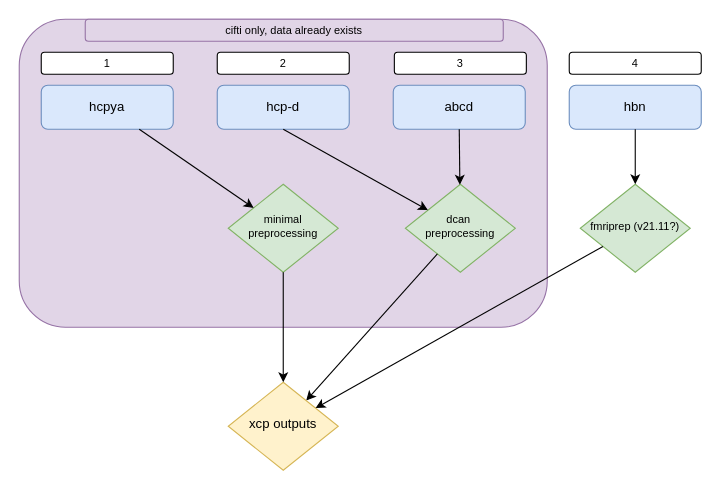
Before: Untitled Diagram.drawio in PennLINC/TheWay, a draw.io diagram. Source tidied: cells renumbered, new cells numbered last; positions are measured from the earlier drawing's top-left corner, leaving out a move shared by most shapes. Both pictures are drawn from the tidied source at 110%, with x=0, y=0 at pixel (19, 19).
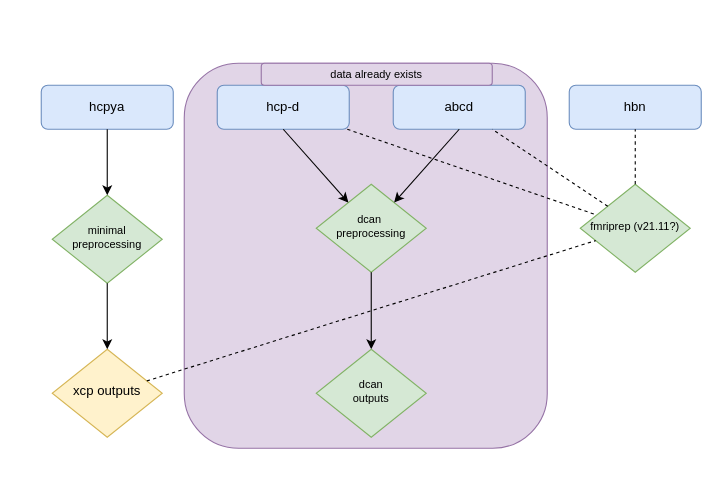
The same diagram, later.

Unchanged cells that the change refers to:
```xml
<mxCell id="6" value="hcp-d" style="rounded=1;whiteSpace=wrap;html=1;fontSize=12;glass=0;strokeWidth=1;shadow=0;fillColor=#dae8fc;strokeColor=#6c8ebf;" parent="1" vertex="1">
  <mxGeometry x="180" y="60" width="120" height="40" as="geometry" />
</mxCell>
<mxCell id="7" value="abcd" style="rounded=1;whiteSpace=wrap;html=1;fontSize=12;glass=0;strokeWidth=1;shadow=0;fillColor=#dae8fc;strokeColor=#6c8ebf;" parent="1" vertex="1">
  <mxGeometry x="340" y="60" width="120" height="40" as="geometry" />
</mxCell>
<mxCell id="8" value="hbn" style="rounded=1;whiteSpace=wrap;html=1;fontSize=12;glass=0;strokeWidth=1;shadow=0;fillColor=#dae8fc;strokeColor=#6c8ebf;" parent="1" vertex="1">
  <mxGeometry x="500" y="60" width="120" height="40" as="geometry" />
</mxCell>
<mxCell id="15" value="fmriprep (v21.11?)" style="rhombus;whiteSpace=wrap;html=1;shadow=0;fontFamily=Helvetica;fontSize=10;align=center;strokeWidth=1;spacing=6;spacingTop=-4;fillColor=#d5e8d4;strokeColor=#82b366;" parent="1" vertex="1">
  <mxGeometry x="510" y="150" width="100" height="80" as="geometry" />
</mxCell>
```

Change to the diagram source:
```diff
@@
     <mxCell id="2" style="rounded=1;whiteSpace=wrap;html=1;fontSize=10;fillColor=#e1d5e7;strokeColor=#9673a6;" parent="1" vertex="1">
-      <mxGeometry width="480" height="280" as="geometry" />
+      <mxGeometry x="150" y="40" width="330" height="350" as="geometry" />
     </mxCell>
@@
     <mxCell id="4" value="minimal preprocessing" style="rhombus;whiteSpace=wrap;html=1;shadow=0;fontFamily=Helvetica;fontSize=10;align=center;strokeWidth=1;spacing=6;spacingTop=-4;fillColor=#d5e8d4;strokeColor=#82b366;" parent="1" vertex="1">
-      <mxGeometry x="190" y="150" width="100" height="80" as="geometry" />
+      <mxGeometry x="30" y="160" width="100" height="80" as="geometry" />
     </mxCell>
     <mxCell id="5" value="dcan&amp;nbsp;&lt;br style=&quot;font-size: 10px;&quot;&gt;preprocessing&lt;br style=&quot;font-size: 10px;&quot;&gt;" style="rhombus;whiteSpace=wrap;html=1;shadow=0;fontFamily=Helvetica;fontSize=10;align=center;strokeWidth=1;spacing=6;spacingTop=-4;fillColor=#d5e8d4;strokeColor=#82b366;" parent="1" vertex="1">
-      <mxGeometry x="351" y="150" width="100" height="80" as="geometry" />
+      <mxGeometry x="270" y="150" width="100" height="80" as="geometry" />
     </mxCell>
@@
-    <mxCell id="12" style="endArrow=classic;html=1;rounded=0;" parent="1" edge="1" source="5" target="13">
+    <mxCell id="12" style="endArrow=classic;html=1;rounded=0;" parent="1" edge="1" source="5" target="23">
       <mxGeometry relative="1" as="geometry" />
     </mxCell>
     <mxCell id="13" value="xcp outputs" style="rhombus;whiteSpace=wrap;html=1;shadow=0;fontFamily=Helvetica;fontSize=12;align=center;strokeWidth=1;spacing=6;spacingTop=-4;fillColor=#fff2cc;strokeColor=#d6b656;" parent="1" vertex="1">
-      <mxGeometry x="190" y="330" width="100" height="80" as="geometry" />
+      <mxGeometry x="30" y="300" width="100" height="80" as="geometry" />
     </mxCell>
@@
-    <mxCell id="16" style="endArrow=classic;html=1;rounded=0;fontSize=10;" parent="1" edge="1" source="8" target="15">
-      <mxGeometry relative="1" as="geometry" />
-    </mxCell>
-    <mxCell id="17" style="endArrow=classic;html=1;rounded=0;fontSize=10;" parent="1" edge="1" source="15" target="13">
-      <mxGeometry relative="1" as="geometry" />
-    </mxCell>
-    <mxCell id="18" value="1" style="rounded=1;whiteSpace=wrap;html=1;fontSize=10;" parent="1" vertex="1">
-      <mxGeometry x="20" y="30" width="120" height="20" as="geometry" />
-    </mxCell>
-    <mxCell id="19" value="2" style="rounded=1;whiteSpace=wrap;html=1;fontSize=10;" parent="1" vertex="1">
-      <mxGeometry x="180" y="30" width="120" height="20" as="geometry" />
-    </mxCell>
-    <mxCell id="20" value="3" style="rounded=1;whiteSpace=wrap;html=1;fontSize=10;" parent="1" vertex="1">
-      <mxGeometry x="341" y="30" width="120" height="20" as="geometry" />
-    </mxCell>
-    <mxCell id="21" value="4" style="rounded=1;whiteSpace=wrap;html=1;fontSize=10;" parent="1" vertex="1">
-      <mxGeometry x="500" y="30" width="120" height="20" as="geometry" />
-    </mxCell>
-    <mxCell id="22" value="cifti only, data already exists" style="rounded=1;whiteSpace=wrap;html=1;fontSize=10;fillColor=#e1d5e7;strokeColor=#9673a6;" parent="1" vertex="1">
-      <mxGeometry x="60" width="380" height="20" as="geometry" />
+    <mxCell id="22" value="data already exists" style="rounded=1;whiteSpace=wrap;html=1;fontSize=10;fillColor=#e1d5e7;strokeColor=#9673a6;" parent="1" vertex="1">
+      <mxGeometry x="220" y="40" width="210" height="20" as="geometry" />
     </mxCell>
+    <mxCell id="23" value="dcan&lt;br&gt;outputs" style="rhombus;whiteSpace=wrap;html=1;shadow=0;fontFamily=Helvetica;fontSize=10;align=center;strokeWidth=1;spacing=6;spacingTop=-4;fillColor=#d5e8d4;strokeColor=#82b366;" parent="1" vertex="1">
+      <mxGeometry x="270" y="300" width="100" height="80" as="geometry" />
+    </mxCell>
+    <mxCell id="24" style="endArrow=none;dashed=1;html=1;rounded=0;fontSize=10;exitX=0;exitY=0;exitDx=0;exitDy=0;" parent="1" edge="1" source="15" target="7">
+      <mxGeometry relative="1" as="geometry" />
+    </mxCell>
+    <mxCell id="25" style="endArrow=none;dashed=1;html=1;rounded=0;fontSize=10;" parent="1" edge="1" source="6" target="15">
+      <mxGeometry relative="1" as="geometry" />
+    </mxCell>
+    <mxCell id="26" style="endArrow=none;dashed=1;html=1;rounded=0;fontSize=10;" parent="1" edge="1" source="15" target="8">
+      <mxGeometry relative="1" as="geometry" />
+    </mxCell>
+    <mxCell id="27" style="endArrow=none;dashed=1;html=1;rounded=0;fontSize=10;" parent="1" edge="1" source="13" target="15">
+      <mxGeometry relative="1" as="geometry" />
+    </mxCell>
```
